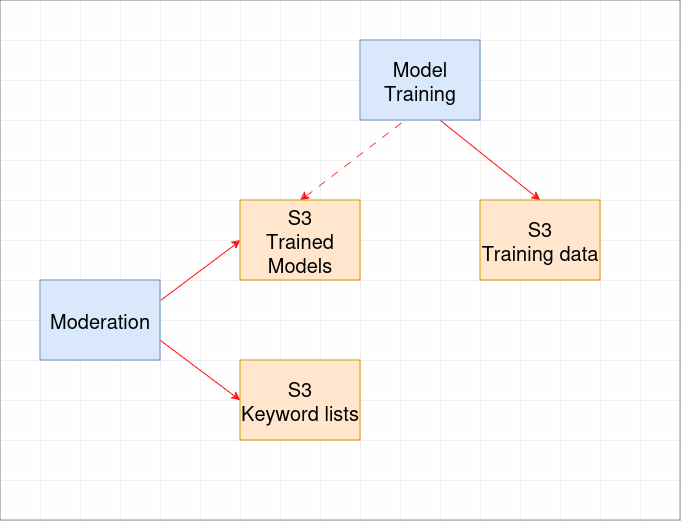
Above: images/Moderation.png in Kayetana/TP-Highload-2024-3 (draw.io), before the change. Source tidied: cells renumbered, new cells last; positions are measured from the earlier drawing's top-left corner, leaving out a move shared by most shapes.
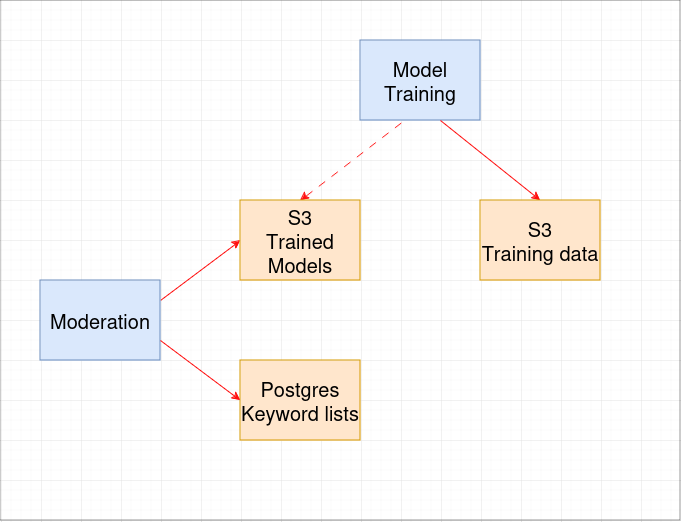
After the commit.

Change to the diagram source:
```diff
@@ -25,7 +25,7 @@
     <mxCell id="8" value="&lt;div style=&quot;font-size: 20px;&quot;&gt;&lt;div&gt;&lt;font style=&quot;font-size: 20px;&quot;&gt;S3&lt;/font&gt;&lt;/div&gt;&lt;font style=&quot;font-size: 20px;&quot;&gt;Trained Models&lt;/font&gt;&lt;/div&gt;" style="rounded=0;whiteSpace=wrap;html=1;fillColor=#ffe6cc;strokeColor=#d79b00;" parent="1" vertex="1">
       <mxGeometry x="240" y="200" width="120" height="80" as="geometry" />
     </mxCell>
-    <mxCell id="9" value="&lt;div style=&quot;font-size: 20px;&quot;&gt;&lt;div style=&quot;font-size: 20px;&quot;&gt;&lt;font style=&quot;font-size: 20px;&quot;&gt;S3&lt;/font&gt;&lt;/div&gt;&lt;font style=&quot;font-size: 20px;&quot;&gt;Keyword lists&lt;br&gt;&lt;/font&gt;&lt;/div&gt;" style="rounded=0;whiteSpace=wrap;html=1;fillColor=#ffe6cc;strokeColor=#d79b00;" parent="1" vertex="1">
+    <mxCell id="9" value="&lt;div style=&quot;font-size: 20px;&quot;&gt;Postgres&lt;/div&gt;&lt;div style=&quot;font-size: 20px;&quot;&gt;&lt;font style=&quot;font-size: 20px;&quot;&gt;Keyword lists&lt;br&gt;&lt;/font&gt;&lt;/div&gt;" style="rounded=0;whiteSpace=wrap;html=1;fillColor=#ffe6cc;strokeColor=#d79b00;" parent="1" vertex="1">
       <mxGeometry x="240" y="360" width="120" height="80" as="geometry" />
     </mxCell>
     <mxCell id="10" value="&lt;font style=&quot;font-size: 20px;&quot;&gt;Moderation&lt;/font&gt;" style="rounded=0;whiteSpace=wrap;html=1;fillColor=#dae8fc;strokeColor=#6c8ebf;" parent="1" vertex="1">
```
